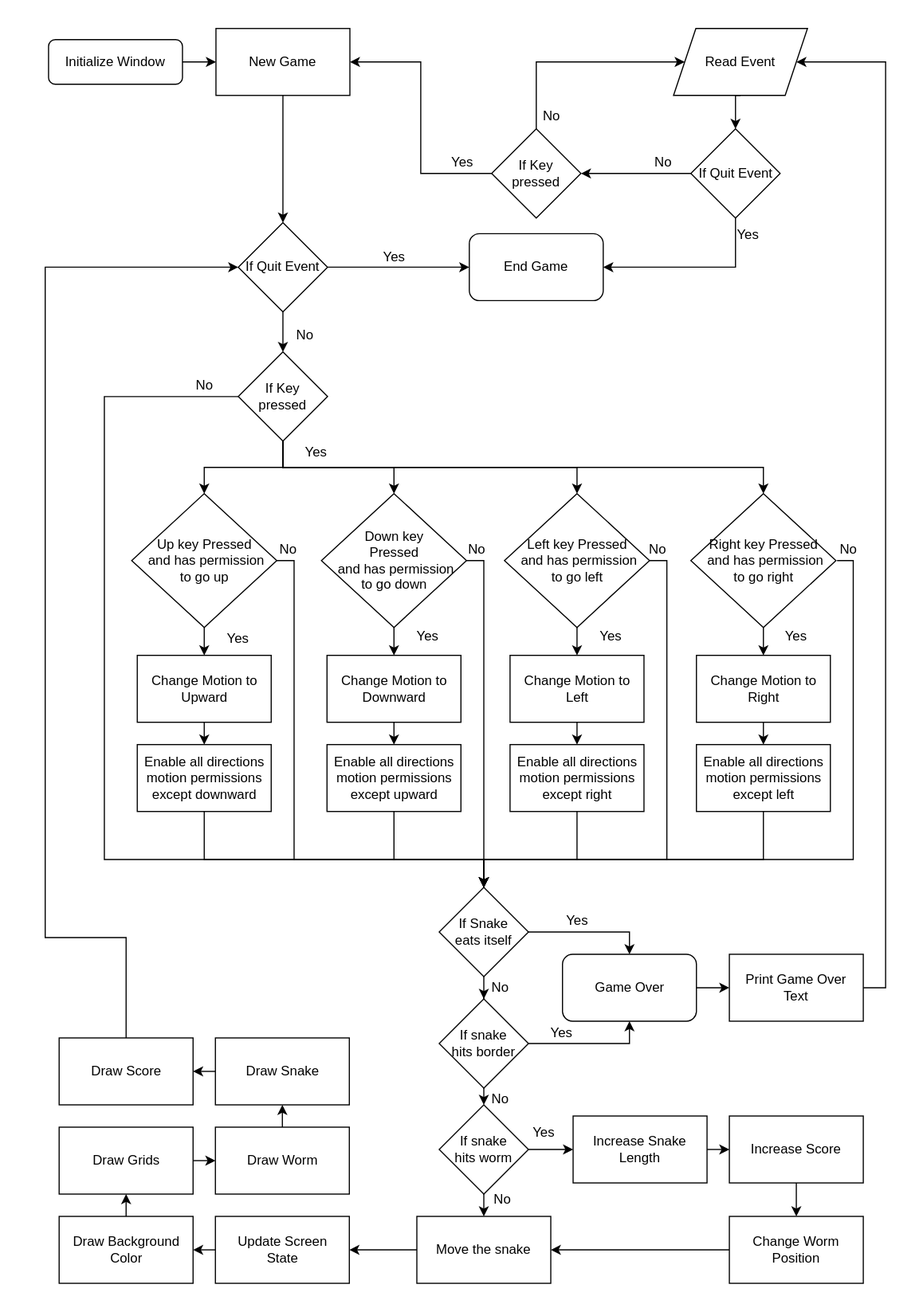
This is flowchart.svg from imchiranjit/Snake-Game, a draw.io export, as it was before one commit. Source tidied: cells renumbered, new cells last; positions are measured from the earlier drawing's top-left corner, leaving out a move shared by most shapes.
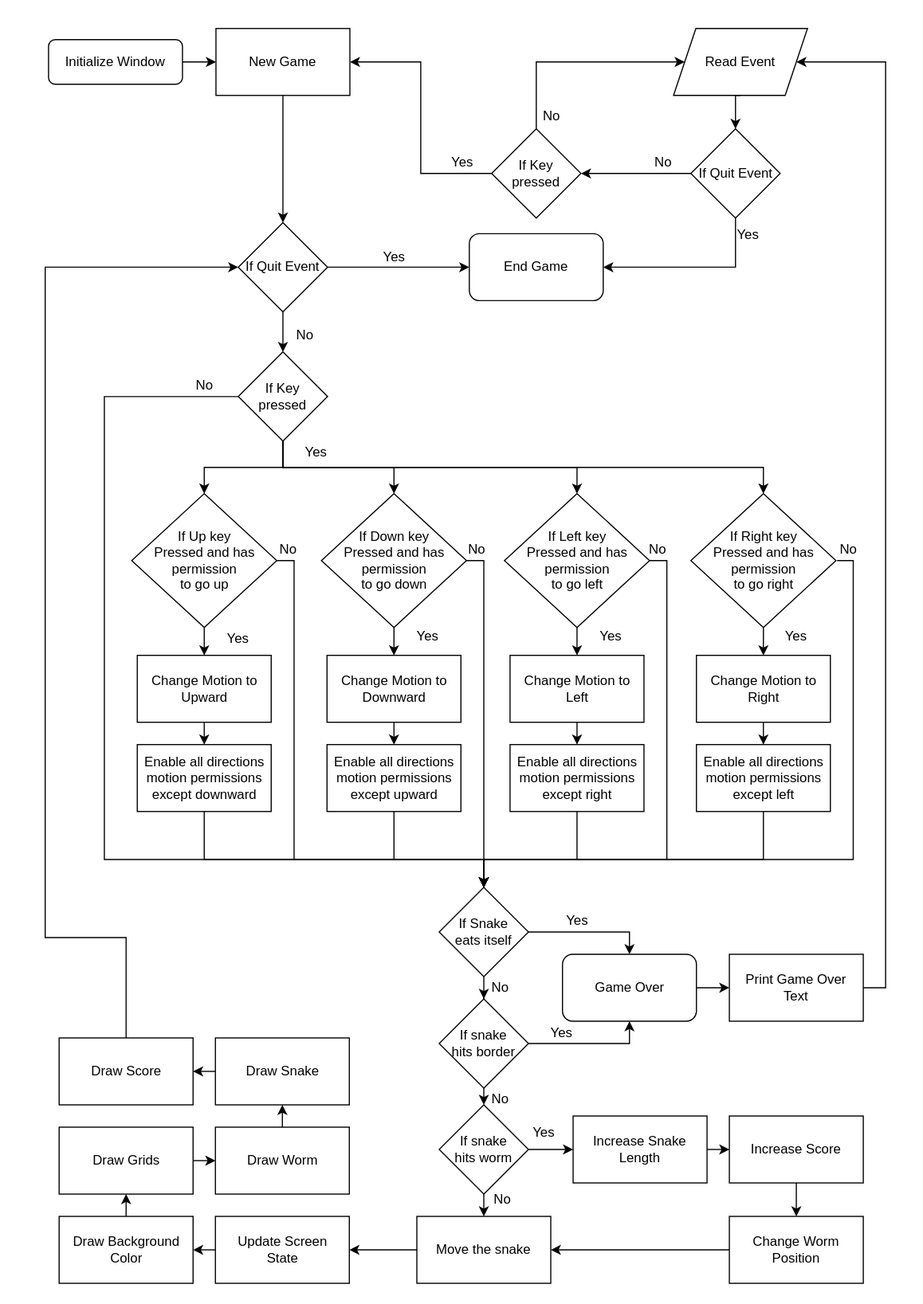
After the commit.

Change to the diagram source:
```diff
@@ -62,7 +62,7 @@
         </Array>
       </mxGeometry>
     </mxCell>
-    <mxCell id="18" value="Up key Pressed&lt;br&gt;&amp;nbsp;and has permission&lt;br&gt;to go up" style="rhombus;whiteSpace=wrap;html=1;" parent="1" vertex="1">
+    <mxCell id="18" value="If Up key &lt;br&gt;Pressed&amp;nbsp;and has permission&lt;br&gt;to go up" style="rhombus;whiteSpace=wrap;html=1;" parent="1" vertex="1">
       <mxGeometry x="77.5" y="417" width="130" height="120" as="geometry" />
     </mxCell>
     <mxCell id="19" style="edgeStyle=orthogonalEdgeStyle;rounded=0;jettySize=auto;html=1;exitX=0.5;exitY=1;exitDx=0;exitDy=0;entryX=0.5;entryY=0;entryDx=0;entryDy=0;" parent="1" edge="1" source="20" target="22">
@@ -92,7 +92,7 @@
         </Array>
       </mxGeometry>
     </mxCell>
-    <mxCell id="25" value="Down key &lt;br&gt;Pressed&lt;br&gt;&amp;nbsp;and has permission&lt;br&gt;to go down" style="rhombus;whiteSpace=wrap;html=1;" parent="1" vertex="1">
+    <mxCell id="25" value="If Down key &lt;br&gt;Pressed&amp;nbsp;and has permission&lt;br&gt;to go down" style="rhombus;whiteSpace=wrap;html=1;" parent="1" vertex="1">
       <mxGeometry x="247.5" y="417" width="130" height="120" as="geometry" />
     </mxCell>
     <mxCell id="26" style="edgeStyle=orthogonalEdgeStyle;rounded=0;jettySize=auto;html=1;exitX=0.5;exitY=1;exitDx=0;exitDy=0;entryX=0.5;entryY=0;entryDx=0;entryDy=0;" parent="1" edge="1" source="27" target="29">
@@ -124,7 +124,7 @@
         </Array>
       </mxGeometry>
     </mxCell>
-    <mxCell id="32" value="Left key Pressed&lt;br&gt;&amp;nbsp;and has permission&lt;br&gt;to go left" style="rhombus;whiteSpace=wrap;html=1;" parent="1" vertex="1">
+    <mxCell id="32" value="If Left key&lt;br&gt;Pressed&amp;nbsp;and has permission&lt;br&gt;to go left" style="rhombus;whiteSpace=wrap;html=1;" parent="1" vertex="1">
       <mxGeometry x="411.5" y="417" width="130" height="120" as="geometry" />
     </mxCell>
     <mxCell id="33" style="edgeStyle=orthogonalEdgeStyle;rounded=0;jettySize=auto;html=1;exitX=0.5;exitY=1;exitDx=0;exitDy=0;entryX=0.5;entryY=0;entryDx=0;entryDy=0;" parent="1" edge="1" source="34" target="36">
@@ -158,7 +158,7 @@
         </Array>
       </mxGeometry>
     </mxCell>
-    <mxCell id="39" value="Right key Pressed&lt;br&gt;&amp;nbsp;and has permission&lt;br&gt;to go right" style="rhombus;whiteSpace=wrap;html=1;" parent="1" vertex="1">
+    <mxCell id="39" value="If Right key&lt;br&gt;Pressed and has permission&lt;br&gt;to go right" style="rhombus;whiteSpace=wrap;html=1;" parent="1" vertex="1">
       <mxGeometry x="578.5" y="417" width="130" height="120" as="geometry" />
     </mxCell>
     <mxCell id="40" style="edgeStyle=orthogonalEdgeStyle;rounded=0;jettySize=auto;html=1;exitX=0.5;exitY=1;exitDx=0;exitDy=0;entryX=0.5;entryY=0;entryDx=0;entryDy=0;" parent="1" edge="1" source="41" target="43">
```
